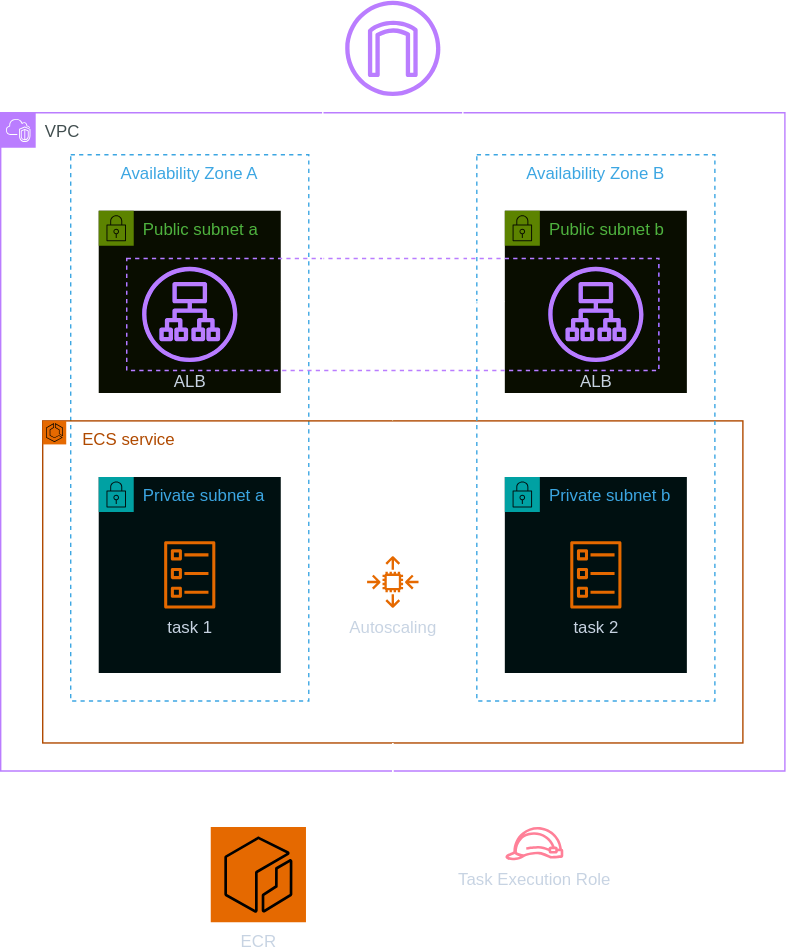
Before: docs/media/lab_4_arch.drawio.svg, a diagram exported from draw.io (superluminar-io/aws_advanced_workshop). Source tidied: cells renumbered, new cells last; positions are measured from the earlier drawing's top-left corner, leaving out a move shared by most shapes.
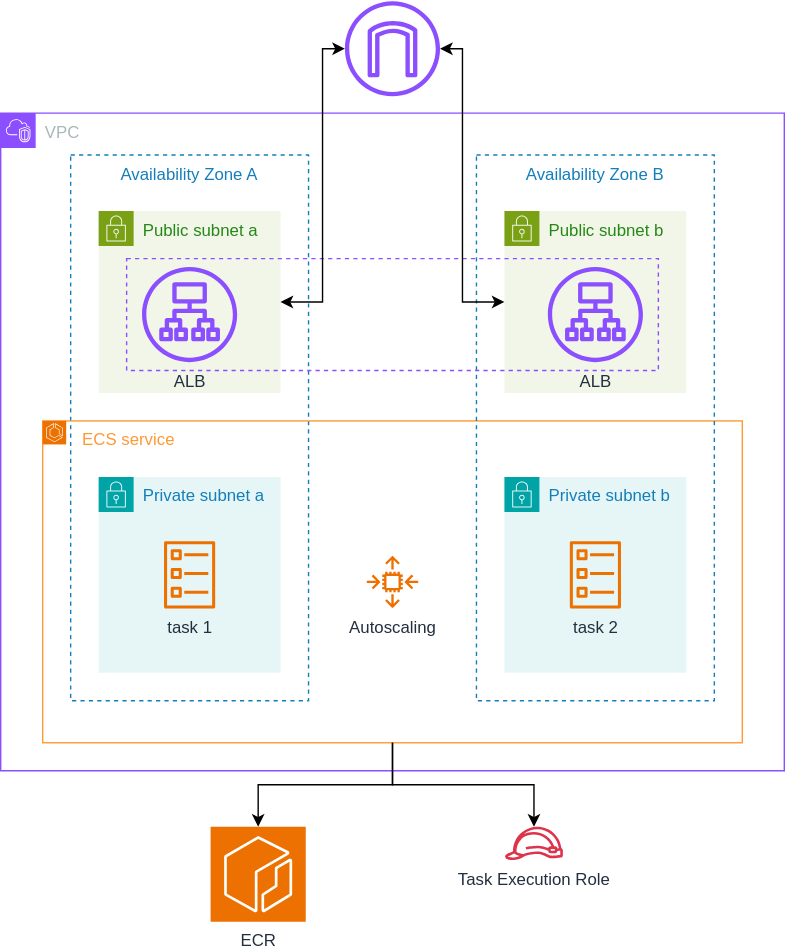
After the change.

The edit, as a diff of the source:
```diff
@@ -32,14 +32,6 @@
     <mxCell id="11" value="ALB" style="sketch=0;fontColor=#232F3E;gradientColor=none;fillColor=#8C4FFF;strokeColor=none;dashed=0;verticalLabelPosition=bottom;verticalAlign=top;align=center;html=1;fontSize=12;fontStyle=0;shape=mxgraph.aws4.application_load_balancer;" parent="2" vertex="1">
       <mxGeometry x="101" y="110" width="68" height="68" as="geometry" />
     </mxCell>
-    <mxCell id="12" style="edgeStyle=orthogonalEdgeStyle;rounded=0;jettySize=auto;html=1;" parent="2" edge="1" source="18" target="6">
-      <mxGeometry relative="1" as="geometry">
-        <Array as="points">
-          <mxPoint x="280" y="210" />
-          <mxPoint x="280" y="210" />
-        </Array>
-      </mxGeometry>
-    </mxCell>
     <mxCell id="13" value="Availability Zone B" style="fillColor=none;strokeColor=#147EBA;dashed=1;verticalAlign=top;fontStyle=0;fontColor=#147EBA;whiteSpace=wrap;html=1;" parent="2" vertex="1">
       <mxGeometry x="340" y="30" width="170" height="390" as="geometry" />
     </mxCell>
```
